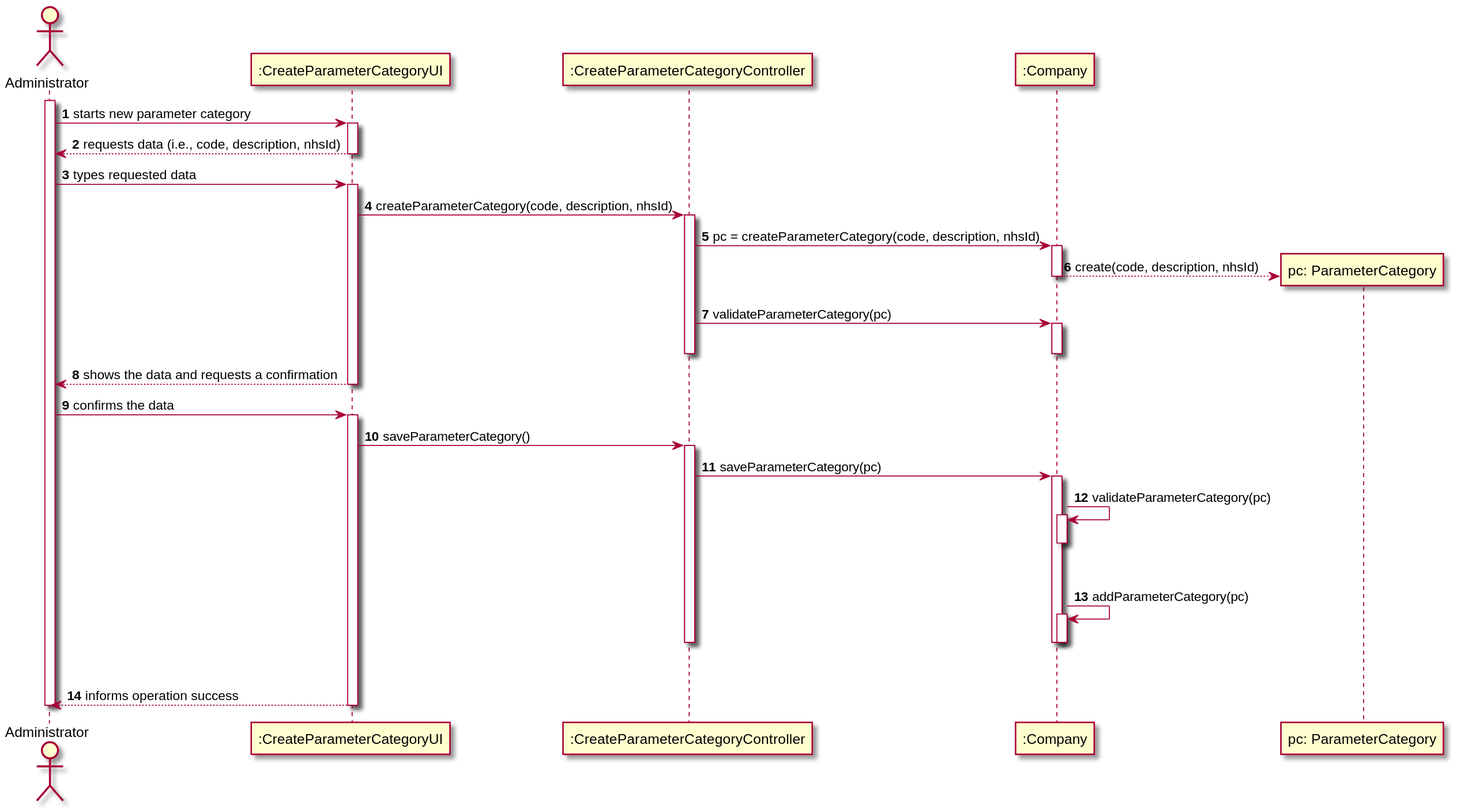
Earlier version of the PlantUML export docs/SprintB/US_11/US011_SD.svg (ana-albergaria/LAPR2-ISEP). Source of this version:
```plantuml
@startuml
autonumber
actor "Administrator" as ADM

participant ":CreateParameterCategoryUI" as UI
participant ":CreateParameterCategoryController" as CTRL
participant ":Company" as CMP
participant "pc: ParameterCategory" as PC

activate ADM
ADM -> UI : starts new parameter category
activate UI
UI --> ADM : requests data (i.e., code, description, nhsId)
deactivate UI

ADM -> UI : types requested data
activate UI

UI -> CTRL : createParameterCategory(code, description, nhsId)
activate CTRL

CTRL -> CMP : pc = createParameterCategory(code, description, nhsId)
activate CMP

CMP --> PC** : create(code, description, nhsId)
deactivate CMP

CTRL -> CMP : validateParameterCategory(pc)
activate CMP
deactivate CTRL
deactivate CMP

UI --> ADM : shows the data and requests a confirmation
deactivate UI

ADM -> UI : confirms the data
activate UI

UI -> CTRL : saveParameterCategory()
activate CTRL

CTRL -> CMP : saveParameterCategory(pc)
activate CMP

CMP -> CMP : validateParameterCategory(pc)
activate CMP
|||
deactivate CMP

CMP -> CMP : addParameterCategory(pc)
activate CMP
|||
deactivate CMP
deactivate CMP
deactivate CTRL

ADM <-- UI : informs operation success
deactivate UI
deactivate ADM

@enduml
```
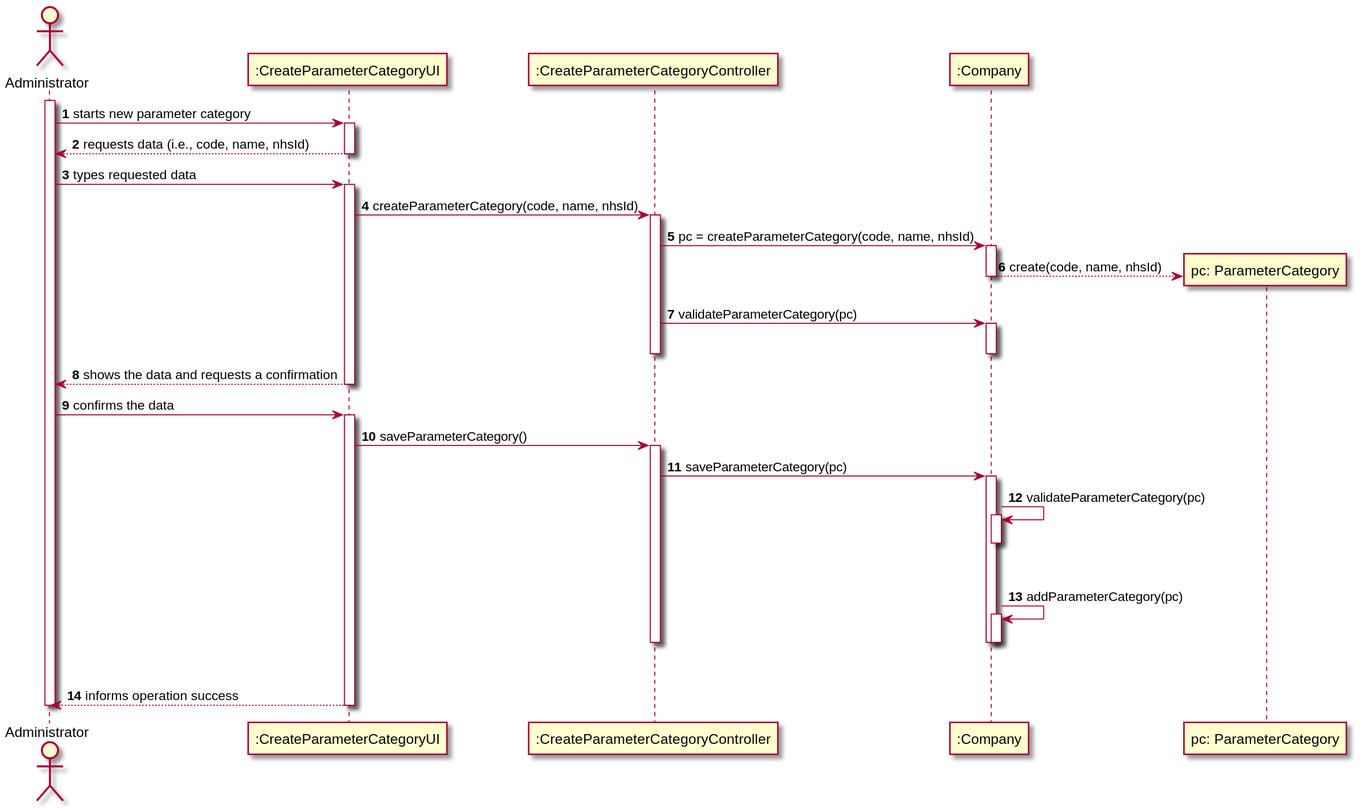
After the commit.

Change to the diagram source:
```diff
@@ -10,19 +10,19 @@
 activate ADM
 ADM -> UI : starts new parameter category
 activate UI
-UI --> ADM : requests data (i.e., code, description, nhsId)
+UI --> ADM : requests data (i.e., code, name, nhsId)
 deactivate UI
 
 ADM -> UI : types requested data
 activate UI
 
-UI -> CTRL : createParameterCategory(code, description, nhsId)
+UI -> CTRL : createParameterCategory(code, name, nhsId)
 activate CTRL
 
-CTRL -> CMP : pc = createParameterCategory(code, description, nhsId)
+CTRL -> CMP : pc = createParameterCategory(code, name, nhsId)
 activate CMP
 
-CMP --> PC** : create(code, description, nhsId)
+CMP --> PC** : create(code, name, nhsId)
 deactivate CMP
 
 CTRL -> CMP : validateParameterCategory(pc)
```
